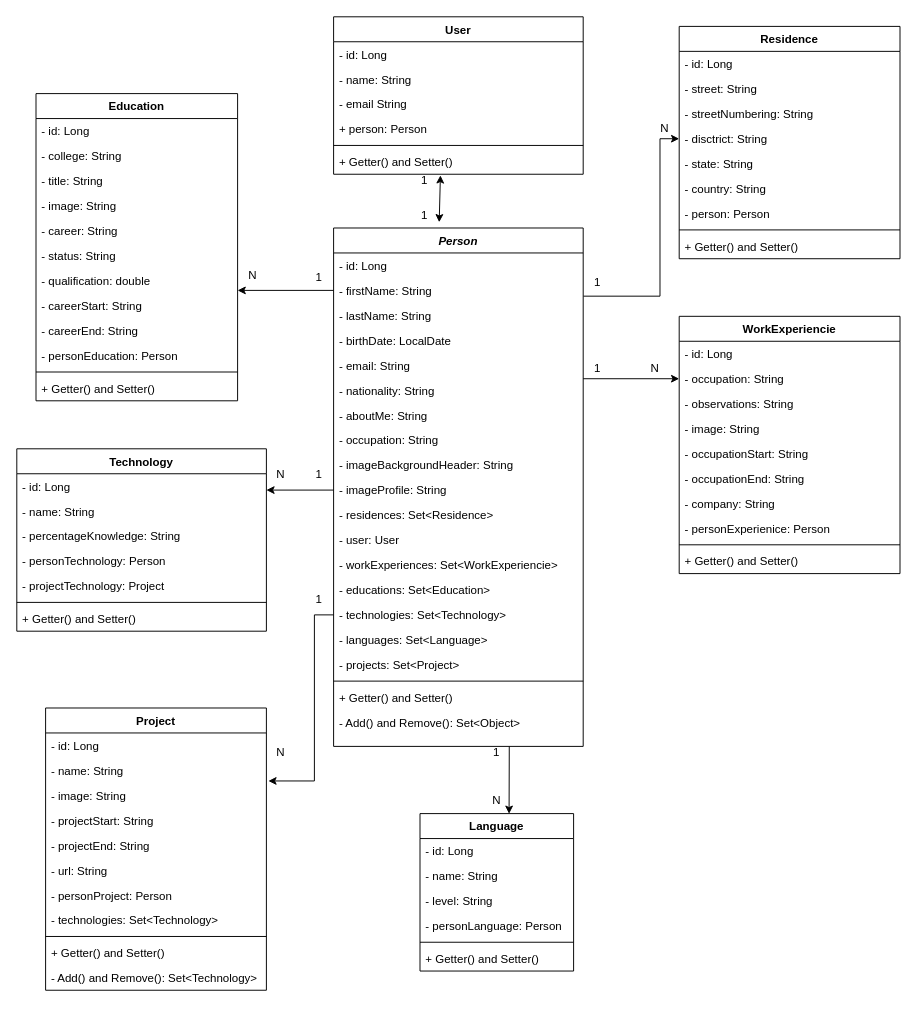
The draw.io diagram Doc/Diagrama de clases.drawio in aldogayala14/PortfolioWebFullStack, before the edit. Source tidied: cells renumbered, new cells numbered last; positions are measured from the earlier drawing's top-left corner, leaving out a move shared by most shapes. Both pictures are drawn from the tidied source at 96%, with x=0, y=0 at pixel (16, 16).
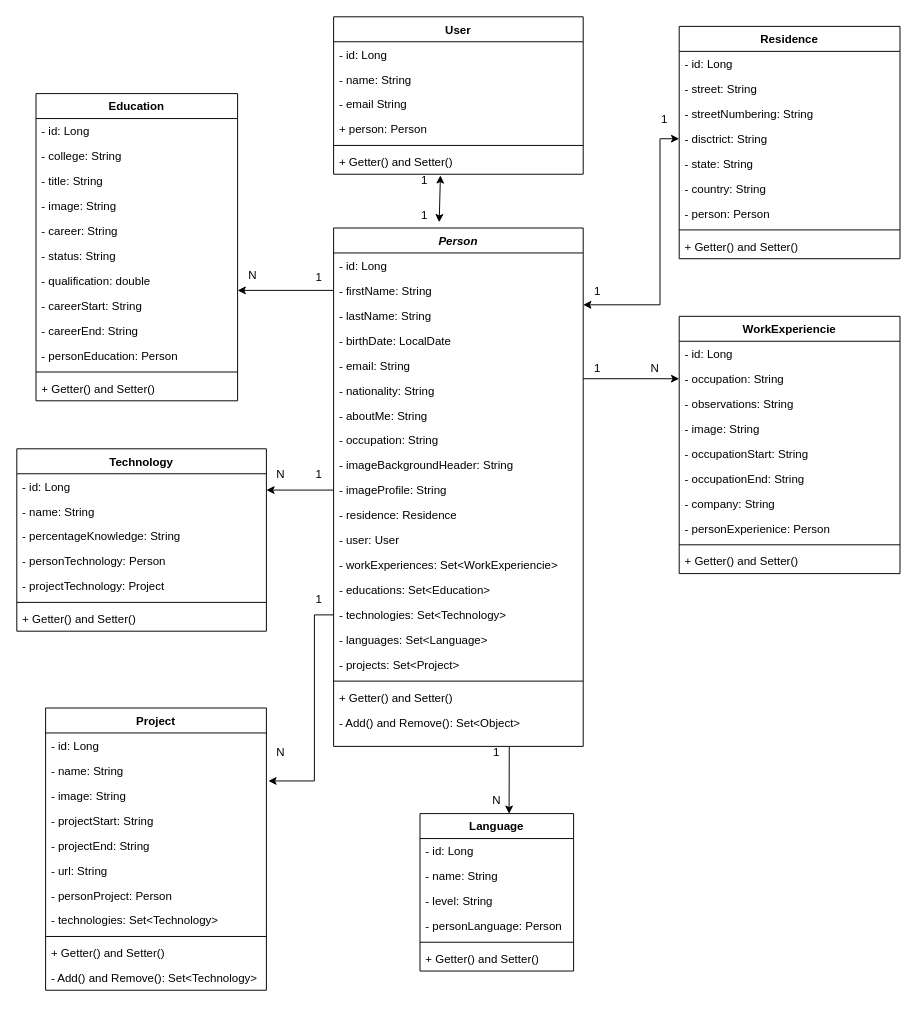
After the change.

Unchanged cells that the change refers to:
```xml
<mxCell id="2" value="Person" style="swimlane;fontStyle=3;align=center;verticalAlign=top;horizontal=1;startSize=26;rounded=0;shadow=0;strokeWidth=1;" parent="1" vertex="1">
  <mxGeometry x="330" y="220" width="260" height="540" as="geometry" />
</mxCell>
<mxCell id="4" value="- firstName: String" style="text;align=left;verticalAlign=top;spacingLeft=4;spacingRight=4;overflow=hidden;points=[[0,0.5],[1,0.5]];portConstraint=eastwest;rounded=0;shadow=0;html=0;" parent="2" vertex="1">
  <mxGeometry y="52" width="260" height="26" as="geometry" />
</mxCell>
<mxCell id="59" value="- disctrict: String" style="text;strokeColor=none;fillColor=none;align=left;verticalAlign=top;spacingLeft=4;spacingRight=4;overflow=hidden;points=[[0,0.5],[1,0.5]];portConstraint=eastwest;" parent="55" vertex="1">
  <mxGeometry y="104" width="230" height="26" as="geometry" />
</mxCell>
```

Diff of the diagram source:
```diff
@@
-    <mxCell id="13" value="- residences: Set&lt;Residence&gt;" style="text;strokeColor=none;fillColor=none;align=left;verticalAlign=top;spacingLeft=4;spacingRight=4;overflow=hidden;" parent="2" vertex="1">
+    <mxCell id="13" value="- residence: Residence" style="text;strokeColor=none;fillColor=none;align=left;verticalAlign=top;spacingLeft=4;spacingRight=4;overflow=hidden;" parent="2" vertex="1">
       <mxGeometry y="286" width="260" height="26" as="geometry" />
     </mxCell>
@@
-    <mxCell id="104" style="endArrow=classic;html=1;rounded=0;entryX=0;entryY=0.5;entryDx=0;entryDy=0;exitX=1.001;exitY=0.731;exitDx=0;exitDy=0;exitPerimeter=0;" parent="1" edge="1" source="4" target="59">
-      <mxGeometry relative="1" as="geometry">
-        <Array as="points">
-          <mxPoint x="670" y="291" />
-          <mxPoint x="670" y="127" />
-        </Array>
-      </mxGeometry>
-    </mxCell>
     <mxCell id="105" value="1" style="text;html=1;strokeColor=none;fillColor=none;align=center;verticalAlign=middle;whiteSpace=wrap;rounded=0;" parent="1" vertex="1">
-      <mxGeometry x="600" y="270" width="10" height="14" as="geometry" />
+      <mxGeometry x="600" y="279" width="10" height="14" as="geometry" />
     </mxCell>
-    <mxCell id="106" value="N" style="text;html=1;strokeColor=none;fillColor=none;align=center;verticalAlign=middle;whiteSpace=wrap;rounded=0;" parent="1" vertex="1">
-      <mxGeometry x="670" y="110" width="10" height="14" as="geometry" />
-    </mxCell>
@@
+    <mxCell id="112" value="1" style="text;html=1;strokeColor=none;fillColor=none;align=center;verticalAlign=middle;whiteSpace=wrap;rounded=0;" parent="1" vertex="1">
+      <mxGeometry x="670" y="100" width="10" height="14" as="geometry" />
+    </mxCell>
+    <mxCell id="113" style="endArrow=classic;startArrow=classic;html=1;rounded=0;entryX=0;entryY=0.5;entryDx=0;entryDy=0;" parent="1" edge="1" target="59">
+      <mxGeometry relative="1" as="geometry">
+        <mxPoint x="590" y="300" as="sourcePoint" />
+        <Array as="points">
+          <mxPoint x="670" y="300" />
+          <mxPoint x="670" y="127" />
+        </Array>
+      </mxGeometry>
+    </mxCell>
```
